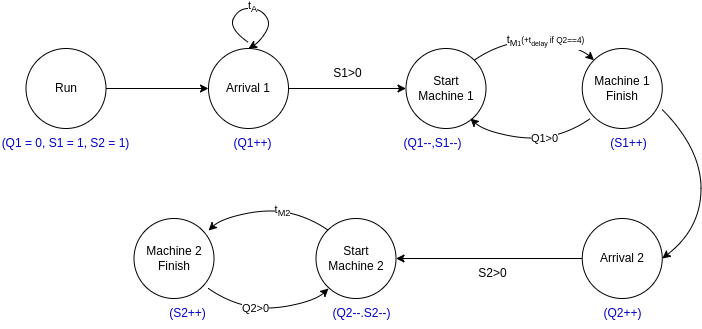
This is Images/EventGraph.drawio.png from vuquocan1987/Assignment3DecisionScience, a draw.io export, as it was before one commit. Source tidied: cells renumbered, new cells last; positions are measured from the earlier drawing's top-left corner, leaving out a move shared by most shapes.
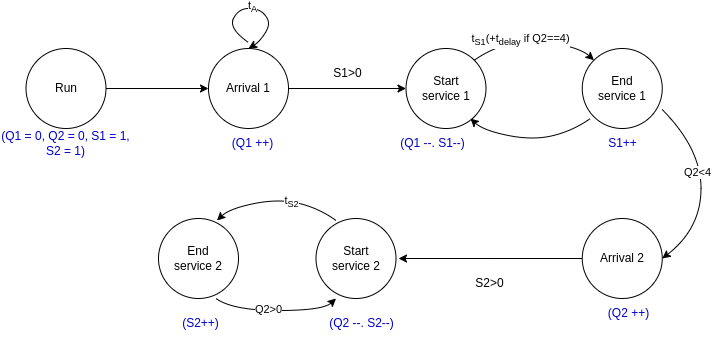
After the commit.

Diff of the diagram source:
```diff
@@ -14,10 +14,10 @@
     <mxCell id="5" value="Arrival 1" style="ellipse;whiteSpace=wrap;html=1;" parent="1" vertex="1">
       <mxGeometry x="209" y="40" width="80" height="80" as="geometry" />
     </mxCell>
-    <mxCell id="6" value="Start&lt;br&gt;Machine 1" style="ellipse;whiteSpace=wrap;html=1;" parent="1" vertex="1">
+    <mxCell id="6" value="Start&lt;br&gt;service 1" style="ellipse;whiteSpace=wrap;html=1;" parent="1" vertex="1">
       <mxGeometry x="406.5" y="40" width="80" height="80" as="geometry" />
     </mxCell>
-    <mxCell id="7" value="Machine 1 Finish" style="ellipse;whiteSpace=wrap;html=1;" parent="1" vertex="1">
+    <mxCell id="7" value="End&lt;br&gt;service 1" style="ellipse;whiteSpace=wrap;html=1;" parent="1" vertex="1">
       <mxGeometry x="582.8" y="40" width="80" height="80" as="geometry" />
     </mxCell>
     <mxCell id="8" style="curved=1;endArrow=classic;html=1;rounded=0;exitX=0.5;exitY=0;exitDx=0;exitDy=0;" parent="1" edge="1">
@@ -46,97 +46,106 @@
         </Array>
       </mxGeometry>
     </mxCell>
-    <mxCell id="11" value="t&lt;sub&gt;M&lt;/sub&gt;&lt;span style=&quot;font-size: 8.33333px;&quot;&gt;&lt;sub&gt;1&lt;/sub&gt;(+t&lt;sub&gt;delay &lt;/sub&gt;if Q2==4)&lt;/span&gt;" style="edgeLabel;html=1;align=center;verticalAlign=middle;" parent="10" vertex="1">
-      <mxGeometry x="0.17" relative="1" as="geometry" />
+    <mxCell id="11" value="Text" style="edgeLabel;html=1;align=center;verticalAlign=middle;" parent="10" vertex="1">
+      <mxGeometry x="-0.27" y="-1" relative="1" as="geometry">
+        <mxPoint x="-1" as="offset" />
+      </mxGeometry>
     </mxCell>
-    <mxCell id="12" style="curved=1;endArrow=classic;html=1;rounded=0;exitX=1;exitY=0;exitDx=0;exitDy=0;entryX=0;entryY=0;entryDx=0;entryDy=0;" parent="1" edge="1">
-      <mxGeometry relative="1" as="geometry">
-        <mxPoint x="590.9" y="110" as="sourcePoint" />
-        <mxPoint x="470.9" y="110" as="targetPoint" />
-        <Array as="points">
-          <mxPoint x="573.9" y="122" />
-          <mxPoint x="533.9" y="132" />
-          <mxPoint x="483.9" y="122" />
-        </Array>
-      </mxGeometry>
+    <mxCell id="12" value="Text" style="edgeLabel;html=1;align=center;verticalAlign=middle;" parent="10" vertex="1">
+      <mxGeometry x="-0.24" y="-1" relative="1" as="geometry" />
     </mxCell>
-    <mxCell id="13" value="Q1&amp;gt;0" style="edgeLabel;html=1;align=center;verticalAlign=middle;" parent="12" vertex="1">
-      <mxGeometry x="-0.22" relative="1" as="geometry" />
+    <mxCell id="13" value="t&lt;sub&gt;S1&lt;/sub&gt;(+t&lt;sub&gt;delay&lt;/sub&gt;&amp;nbsp;if Q2==4)" style="edgeLabel;html=1;align=center;verticalAlign=middle;" parent="10" vertex="1">
+      <mxGeometry x="-0.23" y="1" relative="1" as="geometry" />
     </mxCell>
-    <mxCell id="14" style="edgeStyle=orthogonalEdgeStyle;rounded=0;jettySize=auto;html=1;entryX=1;entryY=0.5;entryDx=0;entryDy=0;" parent="1" edge="1" source="15" target="17">
-      <mxGeometry relative="1" as="geometry" />
+    <mxCell id="14" style="curved=1;endArrow=classic;html=1;rounded=0;exitX=1;exitY=0;exitDx=0;exitDy=0;entryX=0;entryY=0;entryDx=0;entryDy=0;" parent="1" edge="1">
+      <mxGeometry relative="1" as="geometry">
+        <mxPoint x="590.9" y="110" as="sourcePoint" />
+        <mxPoint x="470.9" y="110" as="targetPoint" />
+        <Array as="points">
+          <mxPoint x="573.9" y="122" />
+          <mxPoint x="533.9" y="132" />
+          <mxPoint x="483.9" y="122" />
+        </Array>
+      </mxGeometry>
     </mxCell>
-    <mxCell id="15" value="Arrival 2" style="ellipse;whiteSpace=wrap;html=1;" parent="1" vertex="1">
-      <mxGeometry x="582.8" y="210" width="80" height="80" as="geometry" />
+    <mxCell id="15" style="edgeStyle=orthogonalEdgeStyle;rounded=0;jettySize=auto;html=1;" parent="1" edge="1" source="16">
+      <mxGeometry relative="1" as="geometry">
+        <mxPoint x="399" y="250" as="targetPoint" />
+      </mxGeometry>
     </mxCell>
-    <mxCell id="16" style="curved=1;endArrow=classic;html=1;rounded=0;exitX=0.995;exitY=0.759;exitDx=0;exitDy=0;exitPerimeter=0;entryX=1;entryY=0.5;entryDx=0;entryDy=0;" parent="1" edge="1" source="7" target="15">
-      <mxGeometry relative="1" as="geometry">
-        <Array as="points">
-          <mxPoint x="701.5" y="140" />
-          <mxPoint x="701.5" y="220" />
-        </Array>
-      </mxGeometry>
+    <mxCell id="16" value="Arrival 2" style="ellipse;whiteSpace=wrap;html=1;" parent="1" vertex="1">
+      <mxGeometry x="582.8" y="210" width="80" height="80" as="geometry" />
     </mxCell>
-    <mxCell id="17" value="Start&lt;br&gt;Machine 2" style="ellipse;whiteSpace=wrap;html=1;" parent="1" vertex="1">
-      <mxGeometry x="316.5" y="210" width="80" height="80" as="geometry" />
+    <mxCell id="17" style="curved=1;endArrow=classic;html=1;rounded=0;exitX=0.995;exitY=0.759;exitDx=0;exitDy=0;exitPerimeter=0;entryX=1;entryY=0.5;entryDx=0;entryDy=0;" parent="1" edge="1" source="7" target="16">
+      <mxGeometry relative="1" as="geometry">
+        <Array as="points">
+          <mxPoint x="701.5" y="140" />
+          <mxPoint x="701.5" y="220" />
+        </Array>
+      </mxGeometry>
     </mxCell>
-    <mxCell id="18" value="Machine 2&lt;br&gt;Finish" style="ellipse;whiteSpace=wrap;html=1;" parent="1" vertex="1">
-      <mxGeometry x="134.5" y="210" width="80" height="80" as="geometry" />
+    <mxCell id="18" value="Q2&amp;lt;4" style="edgeLabel;html=1;align=center;verticalAlign=middle;" parent="17" vertex="1">
+      <mxGeometry x="-0.15" y="-4" relative="1" as="geometry" />
     </mxCell>
-    <mxCell id="19" value="(Q1 = 0, S1 = 1, S2 = 1)" style="text;html=1;strokeColor=none;fillColor=none;align=center;verticalAlign=middle;whiteSpace=wrap;rounded=0;fontColor=#0000CC;" parent="1" vertex="1">
-      <mxGeometry x="0.2" y="120" width="132.5" height="30" as="geometry" />
+    <mxCell id="19" value="Start&lt;br&gt;service 2" style="ellipse;whiteSpace=wrap;html=1;" parent="1" vertex="1">
+      <mxGeometry x="316.5" y="210" width="80" height="80" as="geometry" />
     </mxCell>
-    <mxCell id="20" value="(Q1++)" style="text;html=1;strokeColor=none;fillColor=none;align=center;verticalAlign=middle;whiteSpace=wrap;rounded=0;fontColor=#0000CC;" parent="1" vertex="1">
-      <mxGeometry x="186.5" y="120" width="132.5" height="30" as="geometry" />
+    <mxCell id="20" value="End&lt;br&gt;service 2" style="ellipse;whiteSpace=wrap;html=1;" parent="1" vertex="1">
+      <mxGeometry x="159" y="210" width="80" height="80" as="geometry" />
     </mxCell>
-    <mxCell id="21" value="(Q1--,S1--)" style="text;html=1;strokeColor=none;fillColor=none;align=center;verticalAlign=middle;whiteSpace=wrap;rounded=0;fontColor=#0000CC;" parent="1" vertex="1">
-      <mxGeometry x="366.5" y="120" width="132.5" height="30" as="geometry" />
+    <mxCell id="21" value="(Q1 = 0, Q2 = 0, S1 = 1, S2 = 1)" style="text;html=1;strokeColor=none;fillColor=none;align=center;verticalAlign=middle;whiteSpace=wrap;rounded=0;fontColor=#0000CC;" parent="1" vertex="1">
+      <mxGeometry x="0.2" y="120" width="132.5" height="30" as="geometry" />
     </mxCell>
-    <mxCell id="22" value="S1&amp;gt;0" style="text;html=1;strokeColor=none;fillColor=none;align=center;verticalAlign=middle;whiteSpace=wrap;rounded=0;" parent="1" vertex="1">
-      <mxGeometry x="282" y="50" width="132.5" height="30" as="geometry" />
+    <mxCell id="22" value="(Q1 ++)" style="text;html=1;strokeColor=none;fillColor=none;align=center;verticalAlign=middle;whiteSpace=wrap;rounded=0;fontColor=#0000CC;" parent="1" vertex="1">
+      <mxGeometry x="186.5" y="120" width="132.5" height="30" as="geometry" />
     </mxCell>
-    <mxCell id="23" value="(S1++)" style="text;html=1;strokeColor=none;fillColor=none;align=center;verticalAlign=middle;whiteSpace=wrap;rounded=0;fontColor=#0000CC;" parent="1" vertex="1">
-      <mxGeometry x="562.8" y="120" width="132.5" height="30" as="geometry" />
+    <mxCell id="23" value="(Q1 --. S1--)" style="text;html=1;strokeColor=none;fillColor=none;align=center;verticalAlign=middle;whiteSpace=wrap;rounded=0;fontColor=#0000CC;" parent="1" vertex="1">
+      <mxGeometry x="366.5" y="120" width="132.5" height="30" as="geometry" />
     </mxCell>
-    <mxCell id="24" value="(Q2++)" style="text;html=1;strokeColor=none;fillColor=none;align=center;verticalAlign=middle;whiteSpace=wrap;rounded=0;fontColor=#0000CC;" parent="1" vertex="1">
-      <mxGeometry x="556.5" y="290" width="132.5" height="30" as="geometry" />
+    <mxCell id="24" value="S1&amp;gt;0" style="text;html=1;strokeColor=none;fillColor=none;align=center;verticalAlign=middle;whiteSpace=wrap;rounded=0;" parent="1" vertex="1">
+      <mxGeometry x="282" y="50" width="132.5" height="30" as="geometry" />
     </mxCell>
-    <mxCell id="25" value="(Q2--.S2--)" style="text;html=1;strokeColor=none;fillColor=none;align=center;verticalAlign=middle;whiteSpace=wrap;rounded=0;fontColor=#0000CC;" parent="1" vertex="1">
-      <mxGeometry x="295.9" y="290" width="132.5" height="30" as="geometry" />
+    <mxCell id="25" value="S1++" style="text;html=1;strokeColor=none;fillColor=none;align=center;verticalAlign=middle;whiteSpace=wrap;rounded=0;fontColor=#0000CC;" parent="1" vertex="1">
+      <mxGeometry x="556.5" y="120" width="132.5" height="30" as="geometry" />
     </mxCell>
-    <mxCell id="26" value="(S2++)" style="text;html=1;strokeColor=none;fillColor=none;align=center;verticalAlign=middle;whiteSpace=wrap;rounded=0;fontColor=#0000CC;" parent="1" vertex="1">
-      <mxGeometry x="121.5" y="290" width="132.5" height="30" as="geometry" />
+    <mxCell id="26" value="S2&amp;gt;0&lt;br&gt;" style="text;html=1;strokeColor=none;fillColor=none;align=center;verticalAlign=middle;whiteSpace=wrap;rounded=0;" parent="1" vertex="1">
+      <mxGeometry x="424" y="260" width="132.5" height="30" as="geometry" />
     </mxCell>
-    <mxCell id="27" style="curved=1;endArrow=classic;html=1;rounded=0;exitX=1;exitY=0;exitDx=0;exitDy=0;entryX=0;entryY=0;entryDx=0;entryDy=0;" parent="1" edge="1">
-      <mxGeometry relative="1" as="geometry">
-        <mxPoint x="209" y="280" as="sourcePoint" />
-        <mxPoint x="329" y="280" as="targetPoint" />
-        <Array as="points">
-          <mxPoint x="226" y="292" />
-          <mxPoint x="266" y="302" />
-          <mxPoint x="316" y="292" />
-        </Array>
-      </mxGeometry>
+    <mxCell id="27" value="(Q2 --. S2--)" style="text;html=1;strokeColor=none;fillColor=none;align=center;verticalAlign=middle;whiteSpace=wrap;rounded=0;fontColor=#0000CC;" parent="1" vertex="1">
+      <mxGeometry x="295.9" y="300" width="132.5" height="30" as="geometry" />
     </mxCell>
-    <mxCell id="28" value="Q2&amp;gt;0" style="edgeLabel;html=1;align=center;verticalAlign=middle;" parent="27" vertex="1">
-      <mxGeometry x="-0.22" relative="1" as="geometry" />
+    <mxCell id="28" style="curved=1;endArrow=classic;html=1;rounded=0;exitX=1;exitY=0;exitDx=0;exitDy=0;entryX=0;entryY=0;entryDx=0;entryDy=0;" parent="1" edge="1">
+      <mxGeometry relative="1" as="geometry">
+        <mxPoint x="336.5" y="212" as="sourcePoint" />
+        <mxPoint x="217.5" y="212" as="targetPoint" />
+        <Array as="points">
+          <mxPoint x="320" y="200" />
+          <mxPoint x="280" y="190" />
+          <mxPoint x="230" y="200" />
+        </Array>
+      </mxGeometry>
     </mxCell>
-    <mxCell id="29" style="curved=1;endArrow=classic;html=1;rounded=0;exitX=1;exitY=0;exitDx=0;exitDy=0;entryX=0;entryY=0;entryDx=0;entryDy=0;" parent="1" edge="1">
-      <mxGeometry relative="1" as="geometry">
-        <mxPoint x="329" y="222" as="sourcePoint" />
-        <mxPoint x="209" y="222" as="targetPoint" />
-        <Array as="points">
-          <mxPoint x="312" y="210" />
-          <mxPoint x="272" y="200" />
-          <mxPoint x="222" y="210" />
-        </Array>
-      </mxGeometry>
+    <mxCell id="29" value="t&lt;sub&gt;S2&lt;/sub&gt;" style="edgeLabel;html=1;align=center;verticalAlign=middle;" parent="28" vertex="1">
+      <mxGeometry x="-0.23" y="1" relative="1" as="geometry" />
     </mxCell>
-    <mxCell id="30" value="t&lt;sub&gt;M2&lt;/sub&gt;" style="edgeLabel;html=1;align=center;verticalAlign=middle;" parent="29" vertex="1">
-      <mxGeometry x="-0.22" relative="1" as="geometry" />
+    <mxCell id="30" style="curved=1;endArrow=classic;html=1;rounded=0;exitX=1;exitY=0;exitDx=0;exitDy=0;entryX=0;entryY=0;entryDx=0;entryDy=0;" parent="1" edge="1">
+      <mxGeometry relative="1" as="geometry">
+        <mxPoint x="216.5" y="290" as="sourcePoint" />
+        <mxPoint x="336.5" y="290" as="targetPoint" />
+        <Array as="points">
+          <mxPoint x="233.5" y="302" />
+          <mxPoint x="323.5" y="302" />
+        </Array>
+      </mxGeometry>
     </mxCell>
-    <mxCell id="31" value="S2&amp;gt;0&lt;br&gt;" style="text;html=1;strokeColor=none;fillColor=none;align=center;verticalAlign=middle;whiteSpace=wrap;rounded=0;" parent="1" vertex="1">
-      <mxGeometry x="426.5" y="250" width="132.5" height="30" as="geometry" />
+    <mxCell id="31" value="Q2&amp;gt;0" style="edgeLabel;html=1;align=center;verticalAlign=middle;" parent="30" vertex="1">
+      <mxGeometry x="-0.13" y="1" relative="1" as="geometry" />
     </mxCell>
+    <mxCell id="32" value="(S2++)" style="text;html=1;strokeColor=none;fillColor=none;align=center;verticalAlign=middle;whiteSpace=wrap;rounded=0;fontColor=#0000CC;" parent="1" vertex="1">
+      <mxGeometry x="134.5" y="300" width="132.5" height="30" as="geometry" />
+    </mxCell>
+    <mxCell id="33" value="(Q2 ++)" style="text;html=1;strokeColor=none;fillColor=none;align=center;verticalAlign=middle;whiteSpace=wrap;rounded=0;fontColor=#0000CC;" parent="1" vertex="1">
+      <mxGeometry x="562.8" y="290" width="132.5" height="30" as="geometry" />
+    </mxCell>
   </root>
 </mxGraphModel>
```
